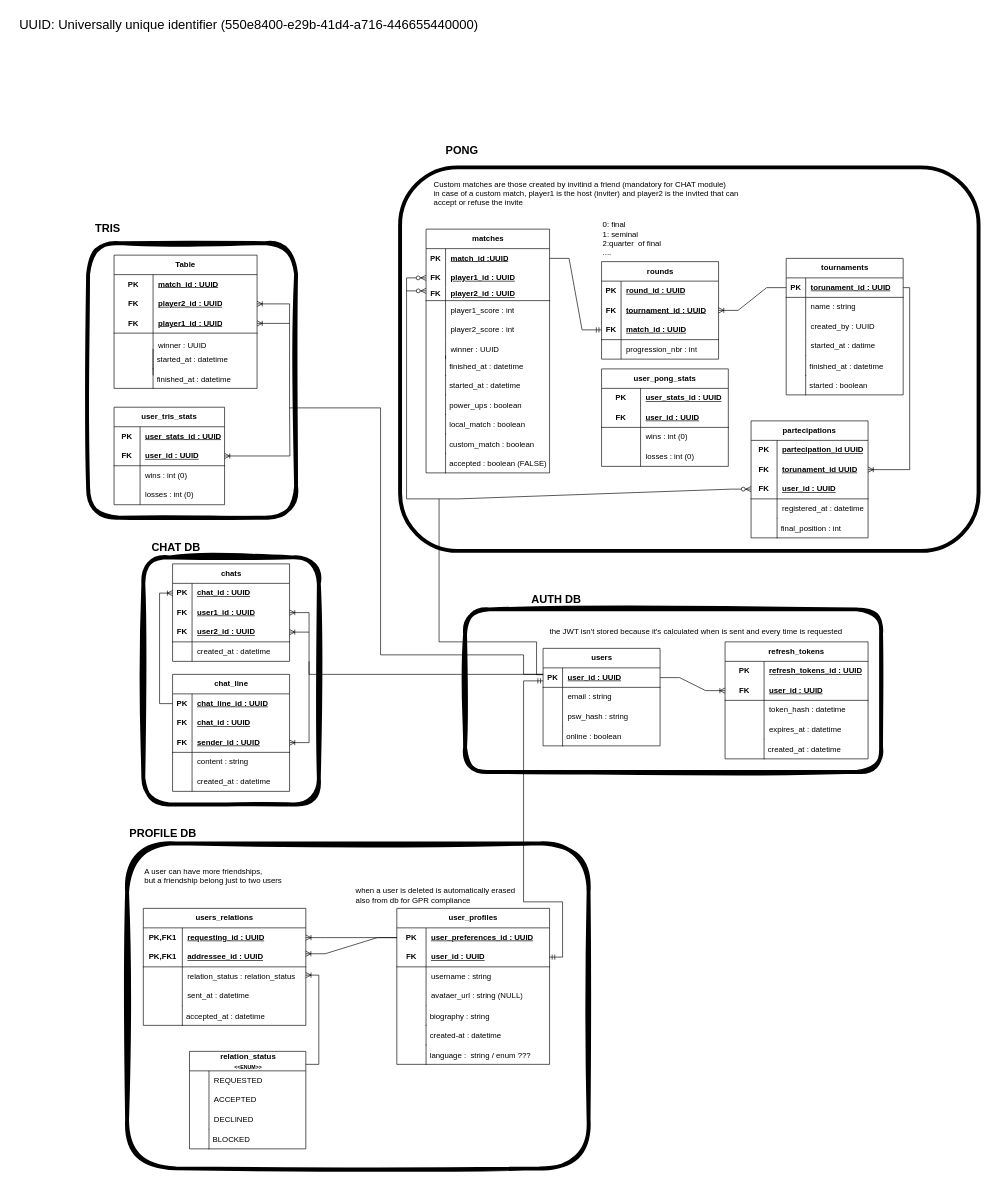
The draw.io diagram docs/backend/db_logical_design.drawio in Sheratan095/ft_transcendence, before the edit. Source tidied: cells renumbered, new cells numbered last; positions are measured from the earlier drawing's top-left corner, leaving out a move shared by most shapes. Both pictures are drawn from the tidied source at 65%, with x=0, y=0 at pixel (11, 11).
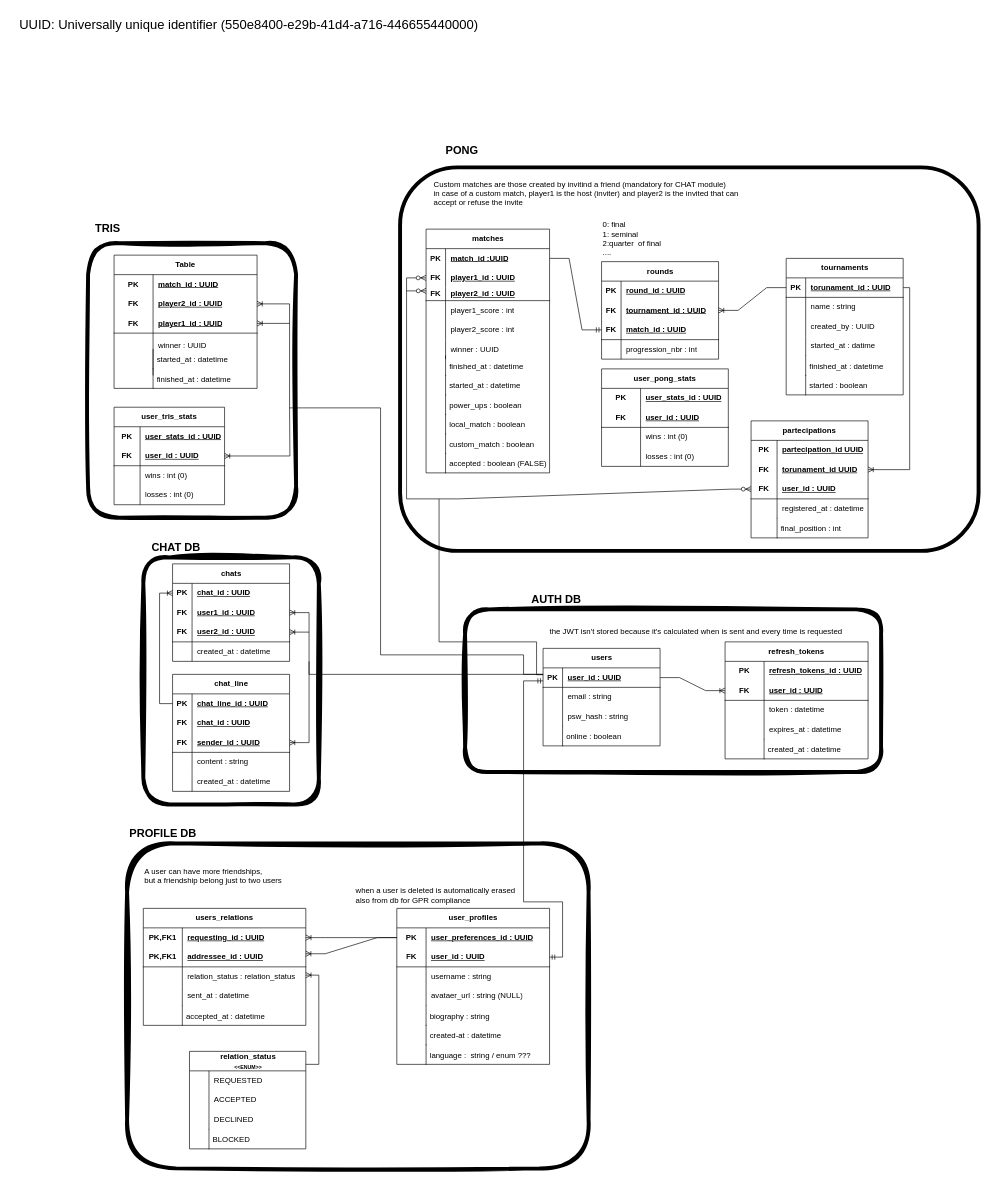
Above is the later version.

Unchanged cells that the change refers to:
```xml
<mxCell id="136" style="shape=tableRow;horizontal=0;startSize=0;swimlaneHead=0;swimlaneBody=0;fillColor=none;top=0;left=0;right=0;bottom=0;html=1;" parent="129" vertex="1">
  <mxGeometry y="90" width="220" height="30" as="geometry" />
</mxCell>
```

Change to the diagram source:
```diff
@@
-    <mxCell id="138" value="token_hash : datetime" style="shape=partialRectangle;fillColor=none;top=0;left=0;bottom=0;right=0;align=left;spacingLeft=6;overflow=hidden;html=1;whiteSpace=wrap;" parent="136" vertex="1">
+    <mxCell id="138" value="token : datetime" style="shape=partialRectangle;fillColor=none;top=0;left=0;bottom=0;right=0;align=left;spacingLeft=6;overflow=hidden;html=1;whiteSpace=wrap;" parent="136" vertex="1">
       <mxGeometry x="60" width="160" height="30" as="geometry" />
     </mxCell>
```
